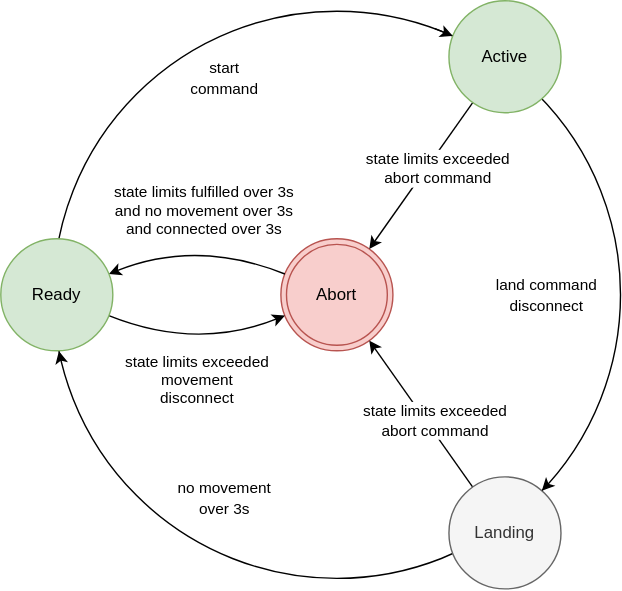
Before: docs/state_machine.drawio.svg, a diagram exported from draw.io (Eryk-Mozdzen/uav-tvc-goose). Source tidied: cells renumbered, new cells last; positions are measured from the earlier drawing's top-left corner, leaving out a move shared by most shapes.
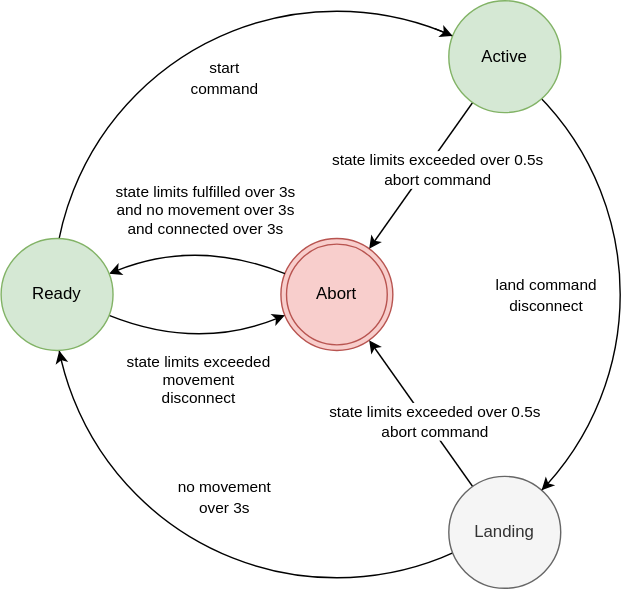
After the commit.

Commit message:
state limits over 0.5s

Diff of the diagram source:
```diff
@@ -38,7 +38,7 @@
     <mxCell id="9" style="edgeStyle=none;curved=1;html=1;fontColor=#FFFFFF;" parent="1" edge="1" source="11" target="3">
       <mxGeometry relative="1" as="geometry" />
     </mxCell>
-    <mxCell id="10" value="state limits exceeded&lt;br&gt;abort command" style="edgeLabel;html=1;align=center;verticalAlign=middle;fontColor=#000000;" parent="9" vertex="1">
+    <mxCell id="10" value="state limits exceeded over 0.5s&lt;br&gt;abort command" style="edgeLabel;html=1;align=center;verticalAlign=middle;fontColor=#000000;" parent="9" vertex="1">
       <mxGeometry x="0.13" y="-2" relative="1" as="geometry">
         <mxPoint x="18" y="-11" as="offset" />
       </mxGeometry>
@@ -49,7 +49,7 @@
     <mxCell id="12" style="edgeStyle=none;curved=1;html=1;fontColor=#FFFFFF;" parent="1" edge="1" source="14" target="3">
       <mxGeometry relative="1" as="geometry" />
     </mxCell>
-    <mxCell id="13" value="state limits exceeded&lt;br&gt;abort command" style="edgeLabel;html=1;align=center;verticalAlign=middle;fontColor=#000000;" parent="12" vertex="1">
+    <mxCell id="13" value="state limits exceeded over 0.5s&lt;br&gt;abort command" style="edgeLabel;html=1;align=center;verticalAlign=middle;fontColor=#000000;" parent="12" vertex="1">
       <mxGeometry x="0.31" y="1" relative="1" as="geometry">
         <mxPoint x="22" y="21" as="offset" />
       </mxGeometry>
```
